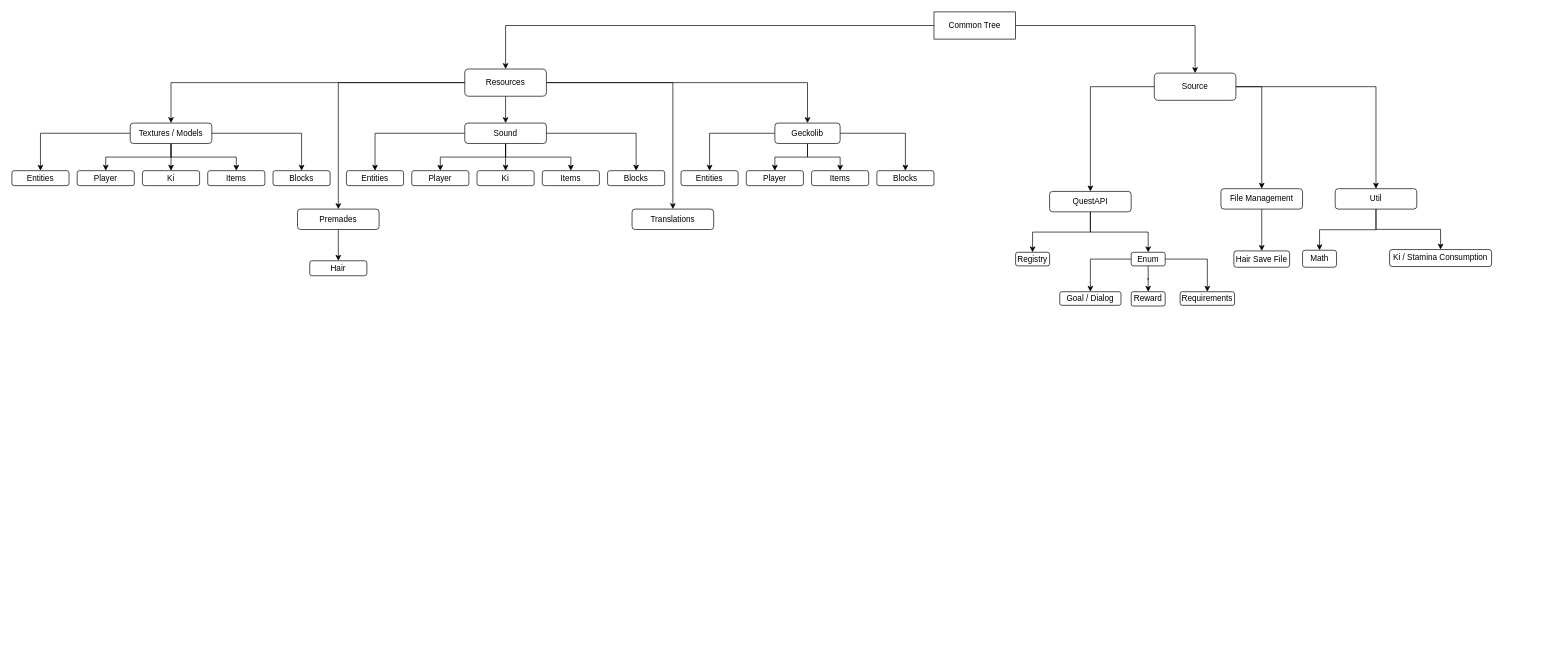
Above: DBB SourceTree.drawio in Zanckor/Zanckor (draw.io), before the change. Source tidied: cells renumbered, new cells numbered last; positions are measured from the earlier drawing's top-left corner, leaving out a move shared by most shapes. Both pictures are drawn from the tidied source at 68%, with x=0, y=0 at pixel (12, 12).
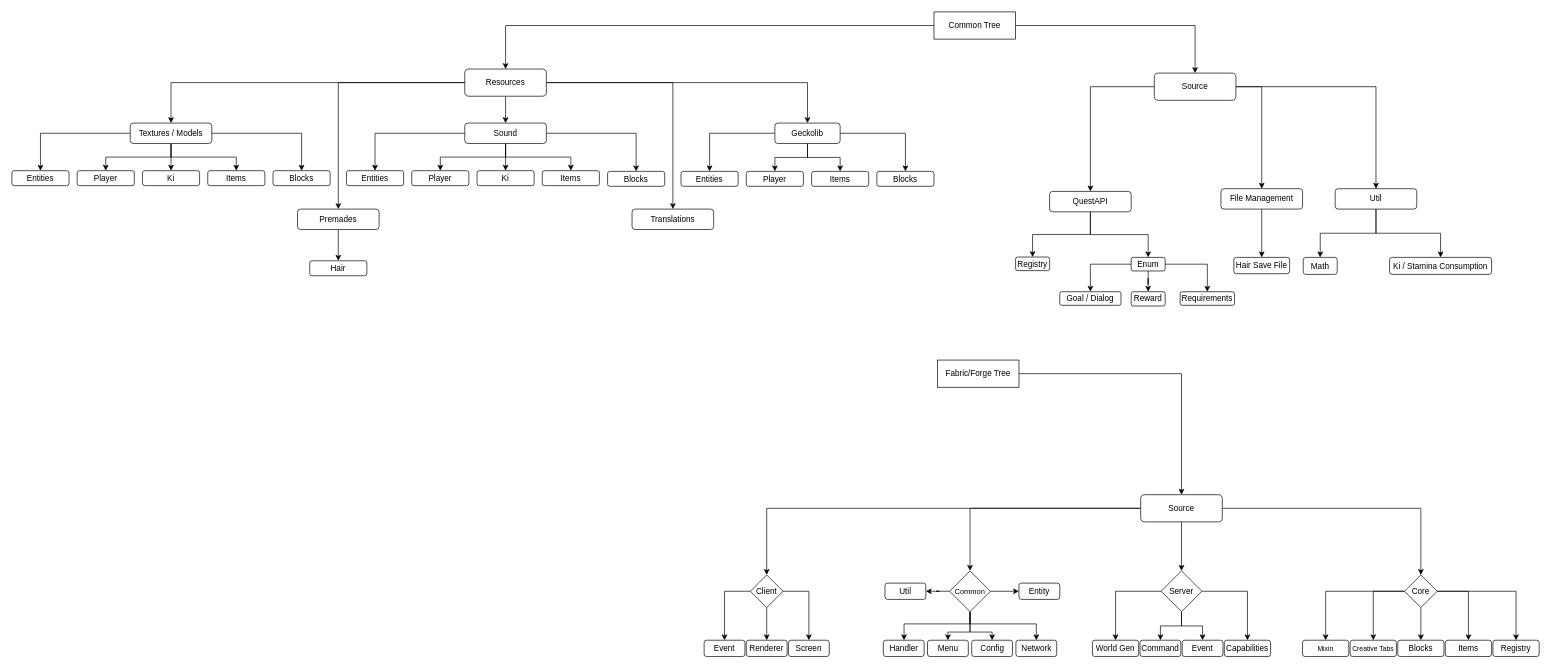
The same page after the edit.

The edit, as a diff of the source:
```diff
@@
     <mxCell id="45" value="Enum" style="whiteSpace=wrap;html=1;rounded=1;gradientColor=default;fillColor=none;" parent="1" vertex="1">
-      <mxGeometry x="1646" y="353.5" width="50" height="20" as="geometry" />
+      <mxGeometry x="1646" y="361" width="50" height="20" as="geometry" />
     </mxCell>
@@
     <mxCell id="51" value="Registry" style="whiteSpace=wrap;html=1;rounded=1;" parent="1" vertex="1">
-      <mxGeometry x="1476" y="353.5" width="50" height="20" as="geometry" />
+      <mxGeometry x="1476" y="360.5" width="50" height="20" as="geometry" />
     </mxCell>
     <mxCell id="52" value="Math" style="rounded=1;whiteSpace=wrap;html=1;" parent="1" vertex="1">
-      <mxGeometry x="1898" y="350.5" width="50" height="25" as="geometry" />
+      <mxGeometry x="1899" y="361" width="50" height="25" as="geometry" />
     </mxCell>
     <mxCell id="53" value="Ki / Stamina Consumption" style="rounded=1;whiteSpace=wrap;html=1;" parent="1" vertex="1">
-      <mxGeometry x="2026" y="349.5" width="150" height="25" as="geometry" />
+      <mxGeometry x="2026" y="361" width="150" height="25" as="geometry" />
     </mxCell>
     <mxCell id="54" value="Hair Save File" style="whiteSpace=wrap;html=1;rounded=1;" parent="1" vertex="1">
-      <mxGeometry x="1797" y="351.5" width="82" height="24" as="geometry" />
+      <mxGeometry x="1797" y="361" width="82" height="24" as="geometry" />
     </mxCell>
     <mxCell id="55" value="Entities" style="rounded=1;whiteSpace=wrap;html=1;" parent="1" vertex="1">
-      <mxGeometry x="984" y="233.5" width="84" height="22" as="geometry" />
+      <mxGeometry x="984" y="234.5" width="84" height="22" as="geometry" />
     </mxCell>
     <mxCell id="56" value="Player" style="rounded=1;whiteSpace=wrap;html=1;" parent="1" vertex="1">
-      <mxGeometry x="1080" y="233.5" width="84" height="22" as="geometry" />
+      <mxGeometry x="1080" y="234.5" width="84" height="22" as="geometry" />
     </mxCell>
     <mxCell id="57" value="Items" style="rounded=1;whiteSpace=wrap;html=1;" parent="1" vertex="1">
-      <mxGeometry x="1176" y="233.5" width="84" height="22" as="geometry" />
+      <mxGeometry x="1176" y="234.5" width="84" height="22" as="geometry" />
     </mxCell>
     <mxCell id="58" value="Blocks" style="rounded=1;whiteSpace=wrap;html=1;" parent="1" vertex="1">
-      <mxGeometry x="1272" y="233.5" width="84" height="22" as="geometry" />
+      <mxGeometry x="1272" y="234.5" width="84" height="22" as="geometry" />
     </mxCell>
@@
     <mxCell id="63" value="Blocks" style="rounded=1;whiteSpace=wrap;html=1;" parent="1" vertex="1">
-      <mxGeometry x="876" y="233.5" width="84" height="22" as="geometry" />
+      <mxGeometry x="876" y="234.5" width="84" height="22" as="geometry" />
     </mxCell>
@@
+    <mxCell id="70" style="edgeStyle=orthogonalEdgeStyle;rounded=0;jettySize=auto;html=1;" parent="1" edge="1" source="71" target="76">
+      <mxGeometry relative="1" as="geometry" />
+    </mxCell>
+    <mxCell id="71" value="Fabric/Forge Tree" style="rounded=0;whiteSpace=wrap;html=1;" parent="1" vertex="1">
+      <mxGeometry x="1361" y="512" width="120" height="40" as="geometry" />
+    </mxCell>
+    <mxCell id="72" style="edgeStyle=orthogonalEdgeStyle;rounded=0;jettySize=auto;html=1;entryX=0.5;entryY=0;entryDx=0;entryDy=0;" parent="1" edge="1" source="76" target="80">
+      <mxGeometry relative="1" as="geometry" />
+    </mxCell>
+    <mxCell id="73" style="edgeStyle=orthogonalEdgeStyle;rounded=0;jettySize=auto;html=1;entryX=0.5;entryY=0;entryDx=0;entryDy=0;" parent="1" edge="1" source="76" target="87">
+      <mxGeometry relative="1" as="geometry" />
+    </mxCell>
+    <mxCell id="74" style="edgeStyle=orthogonalEdgeStyle;rounded=0;jettySize=auto;html=1;" parent="1" edge="1" source="76" target="92">
+      <mxGeometry relative="1" as="geometry" />
+    </mxCell>
+    <mxCell id="75" style="edgeStyle=orthogonalEdgeStyle;rounded=0;jettySize=auto;html=1;entryX=0.5;entryY=0;entryDx=0;entryDy=0;" parent="1" edge="1" source="76" target="98">
+      <mxGeometry relative="1" as="geometry" />
+    </mxCell>
+    <mxCell id="76" value="Source" style="rounded=1;whiteSpace=wrap;html=1;" parent="1" vertex="1">
+      <mxGeometry x="1660" y="710" width="120" height="40" as="geometry" />
+    </mxCell>
+    <mxCell id="77" style="edgeStyle=orthogonalEdgeStyle;rounded=0;jettySize=auto;html=1;entryX=0.5;entryY=0;entryDx=0;entryDy=0;" parent="1" edge="1" source="80" target="99">
+      <mxGeometry relative="1" as="geometry" />
+    </mxCell>
+    <mxCell id="78" style="edgeStyle=orthogonalEdgeStyle;rounded=0;jettySize=auto;html=1;entryX=0.5;entryY=0;entryDx=0;entryDy=0;" parent="1" edge="1" source="80" target="100">
+      <mxGeometry relative="1" as="geometry" />
+    </mxCell>
+    <mxCell id="79" style="edgeStyle=orthogonalEdgeStyle;rounded=0;jettySize=auto;html=1;entryX=0.5;entryY=0;entryDx=0;entryDy=0;" parent="1" edge="1" source="80" target="101">
+      <mxGeometry relative="1" as="geometry" />
+    </mxCell>
+    <mxCell id="80" value="Client" style="rhombus;whiteSpace=wrap;html=1;" parent="1" vertex="1">
+      <mxGeometry x="1086" y="828" width="48" height="48" as="geometry" />
+    </mxCell>
+    <mxCell id="81" style="edgeStyle=orthogonalEdgeStyle;rounded=0;jettySize=auto;html=1;entryX=0.5;entryY=0;entryDx=0;entryDy=0;" parent="1" edge="1" source="87" target="103">
+      <mxGeometry relative="1" as="geometry">
+        <Array as="points">
+          <mxPoint x="1409" y="912" />
+          <mxPoint x="1376" y="912" />
+        </Array>
+      </mxGeometry>
+    </mxCell>
+    <mxCell id="82" style="edgeStyle=orthogonalEdgeStyle;rounded=0;jettySize=auto;html=1;entryX=0.5;entryY=0;entryDx=0;entryDy=0;" parent="1" edge="1" source="87" target="102">
+      <mxGeometry relative="1" as="geometry">
+        <Array as="points">
+          <mxPoint x="1409" y="912" />
+          <mxPoint x="1442" y="912" />
+        </Array>
+      </mxGeometry>
+    </mxCell>
+    <mxCell id="83" style="edgeStyle=orthogonalEdgeStyle;rounded=0;jettySize=auto;html=1;entryX=0.5;entryY=0;entryDx=0;entryDy=0;" parent="1" edge="1" source="87" target="104">
+      <mxGeometry relative="1" as="geometry">
+        <Array as="points">
+          <mxPoint x="1409" y="900" />
+          <mxPoint x="1507" y="900" />
+        </Array>
+      </mxGeometry>
+    </mxCell>
+    <mxCell id="84" style="edgeStyle=orthogonalEdgeStyle;rounded=0;jettySize=auto;html=1;" parent="1" edge="1" source="87" target="107">
+      <mxGeometry relative="1" as="geometry">
+        <Array as="points">
+          <mxPoint x="1409" y="900" />
+          <mxPoint x="1312" y="900" />
+        </Array>
+      </mxGeometry>
+    </mxCell>
+    <mxCell id="85" style="edgeStyle=orthogonalEdgeStyle;rounded=0;jettySize=auto;html=1;" parent="1" edge="1" source="87" target="106">
+      <mxGeometry relative="1" as="geometry" />
+    </mxCell>
+    <mxCell id="86" style="edgeStyle=orthogonalEdgeStyle;rounded=0;jettySize=auto;html=1;" parent="1" edge="1" source="87" target="105">
+      <mxGeometry relative="1" as="geometry" />
+    </mxCell>
+    <mxCell id="87" value="Common" style="rhombus;whiteSpace=wrap;html=1;fontSize=11;" parent="1" vertex="1">
+      <mxGeometry x="1379" y="822" width="60" height="60" as="geometry" />
+    </mxCell>
+    <mxCell id="88" style="edgeStyle=orthogonalEdgeStyle;rounded=0;jettySize=auto;html=1;" parent="1" edge="1" source="92" target="109">
+      <mxGeometry relative="1" as="geometry" />
+    </mxCell>
+    <mxCell id="89" style="edgeStyle=orthogonalEdgeStyle;rounded=0;jettySize=auto;html=1;" parent="1" edge="1" source="92" target="108">
+      <mxGeometry relative="1" as="geometry" />
+    </mxCell>
+    <mxCell id="90" style="edgeStyle=orthogonalEdgeStyle;rounded=0;jettySize=auto;html=1;" parent="1" edge="1" source="92" target="110">
+      <mxGeometry relative="1" as="geometry" />
+    </mxCell>
+    <mxCell id="91" style="edgeStyle=orthogonalEdgeStyle;rounded=0;jettySize=auto;html=1;" parent="1" edge="1" source="92" target="111">
+      <mxGeometry relative="1" as="geometry" />
+    </mxCell>
+    <mxCell id="92" value="Server" style="rhombus;whiteSpace=wrap;html=1;" parent="1" vertex="1">
+      <mxGeometry x="1690" y="822" width="60" height="60" as="geometry" />
+    </mxCell>
+    <mxCell id="93" style="edgeStyle=orthogonalEdgeStyle;rounded=0;jettySize=auto;html=1;" parent="1" edge="1" source="98" target="116">
+      <mxGeometry relative="1" as="geometry" />
+    </mxCell>
+    <mxCell id="94" style="edgeStyle=orthogonalEdgeStyle;rounded=0;jettySize=auto;html=1;" parent="1" edge="1" source="98" target="115">
+      <mxGeometry relative="1" as="geometry" />
+    </mxCell>
+    <mxCell id="95" style="edgeStyle=orthogonalEdgeStyle;rounded=0;jettySize=auto;html=1;entryX=0.5;entryY=0;entryDx=0;entryDy=0;" parent="1" edge="1" source="98" target="113">
+      <mxGeometry relative="1" as="geometry" />
+    </mxCell>
+    <mxCell id="96" style="edgeStyle=orthogonalEdgeStyle;rounded=0;jettySize=auto;html=1;" parent="1" edge="1" source="98" target="112">
+      <mxGeometry relative="1" as="geometry" />
+    </mxCell>
+    <mxCell id="97" style="edgeStyle=orthogonalEdgeStyle;rounded=0;jettySize=auto;html=1;" parent="1" edge="1" source="98" target="114">
+      <mxGeometry relative="1" as="geometry" />
+    </mxCell>
+    <mxCell id="98" value="Core" style="rhombus;whiteSpace=wrap;html=1;" parent="1" vertex="1">
+      <mxGeometry x="2048" y="828" width="48" height="48" as="geometry" />
+    </mxCell>
+    <mxCell id="99" value="Event" style="rounded=1;whiteSpace=wrap;html=1;fontSize=12;" parent="1" vertex="1">
+      <mxGeometry x="1018" y="924" width="60" height="24" as="geometry" />
+    </mxCell>
+    <mxCell id="100" value="Renderer" style="rounded=1;whiteSpace=wrap;html=1;fontSize=12;" parent="1" vertex="1">
+      <mxGeometry x="1080" y="924" width="60" height="24" as="geometry" />
+    </mxCell>
+    <mxCell id="101" value="Screen" style="rounded=1;whiteSpace=wrap;html=1;fontSize=12;" parent="1" vertex="1">
+      <mxGeometry x="1142" y="924" width="60" height="24" as="geometry" />
+    </mxCell>
+    <mxCell id="102" value="Config" style="rounded=1;whiteSpace=wrap;html=1;fontSize=12;" parent="1" vertex="1">
+      <mxGeometry x="1411.5" y="924" width="60" height="24" as="geometry" />
+    </mxCell>
+    <mxCell id="103" value="Menu" style="rounded=1;whiteSpace=wrap;html=1;fontSize=12;" parent="1" vertex="1">
+      <mxGeometry x="1346.5" y="924" width="60" height="24" as="geometry" />
+    </mxCell>
+    <mxCell id="104" value="Network" style="rounded=1;whiteSpace=wrap;html=1;fontSize=12;" parent="1" vertex="1">
+      <mxGeometry x="1476.5" y="924" width="60" height="24" as="geometry" />
+    </mxCell>
+    <mxCell id="105" value="Entity" style="rounded=1;whiteSpace=wrap;html=1;fontSize=12;" parent="1" vertex="1">
+      <mxGeometry x="1481" y="840" width="60" height="24" as="geometry" />
+    </mxCell>
+    <mxCell id="106" value="Util" style="rounded=1;whiteSpace=wrap;html=1;fontSize=12;" parent="1" vertex="1">
+      <mxGeometry x="1284" y="840" width="60" height="24" as="geometry" />
+    </mxCell>
+    <mxCell id="107" value="Handler" style="rounded=1;whiteSpace=wrap;html=1;fontSize=12;" parent="1" vertex="1">
+      <mxGeometry x="1281.5" y="924" width="60" height="24" as="geometry" />
+    </mxCell>
+    <mxCell id="108" value="Event" style="rounded=1;whiteSpace=wrap;html=1;fontSize=12;" parent="1" vertex="1">
+      <mxGeometry x="1721" y="924" width="60" height="24" as="geometry" />
+    </mxCell>
+    <mxCell id="109" value="Command" style="rounded=1;whiteSpace=wrap;html=1;fontSize=12;" parent="1" vertex="1">
+      <mxGeometry x="1659" y="924" width="60" height="24" as="geometry" />
+    </mxCell>
+    <mxCell id="110" value="Capabilities" style="rounded=1;whiteSpace=wrap;html=1;fontSize=12;" parent="1" vertex="1">
+      <mxGeometry x="1783" y="924" width="68" height="24" as="geometry" />
+    </mxCell>
+    <mxCell id="111" value="World Gen" style="rounded=1;whiteSpace=wrap;html=1;fontSize=12;" parent="1" vertex="1">
+      <mxGeometry x="1589" y="924" width="68" height="24" as="geometry" />
+    </mxCell>
+    <mxCell id="112" value="Items" style="rounded=1;whiteSpace=wrap;html=1;fontSize=12;" parent="1" vertex="1">
+      <mxGeometry x="2108" y="924" width="68" height="24" as="geometry" />
+    </mxCell>
+    <mxCell id="113" value="Blocks" style="rounded=1;whiteSpace=wrap;html=1;fontSize=12;" parent="1" vertex="1">
+      <mxGeometry x="2038" y="924" width="68" height="24" as="geometry" />
+    </mxCell>
+    <mxCell id="114" value="Registry" style="rounded=1;whiteSpace=wrap;html=1;fontSize=12;" parent="1" vertex="1">
+      <mxGeometry x="2178" y="924" width="68" height="24" as="geometry" />
+    </mxCell>
+    <mxCell id="115" value="Creative Tabs" style="rounded=1;whiteSpace=wrap;html=1;fontSize=10;" parent="1" vertex="1">
+      <mxGeometry x="1968" y="924" width="68" height="24" as="geometry" />
+    </mxCell>
+    <mxCell id="116" value="Mixin" style="rounded=1;whiteSpace=wrap;html=1;fontSize=10;" parent="1" vertex="1">
+      <mxGeometry x="1898" y="924" width="68" height="24" as="geometry" />
+    </mxCell>
```
